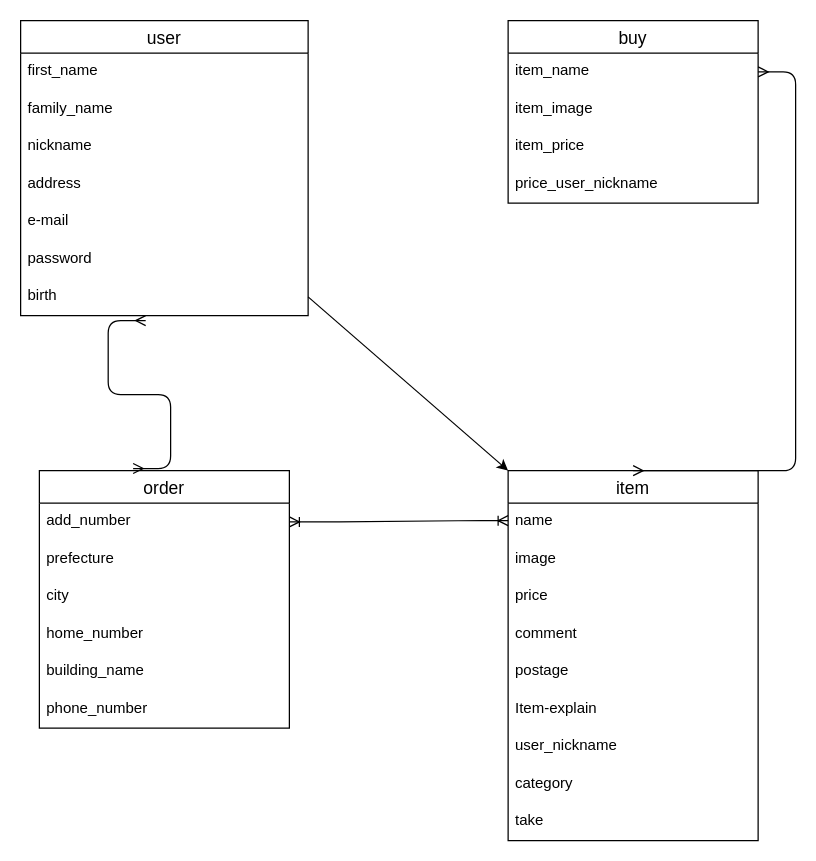
Before: table.dio in kosui3625/furima-40253, a draw.io diagram. Source tidied: cells renumbered, new cells numbered last; positions are measured from the earlier drawing's top-left corner, leaving out a move shared by most shapes. Both pictures are drawn from the tidied source at 125%, with x=0, y=0 at pixel (20, 20).
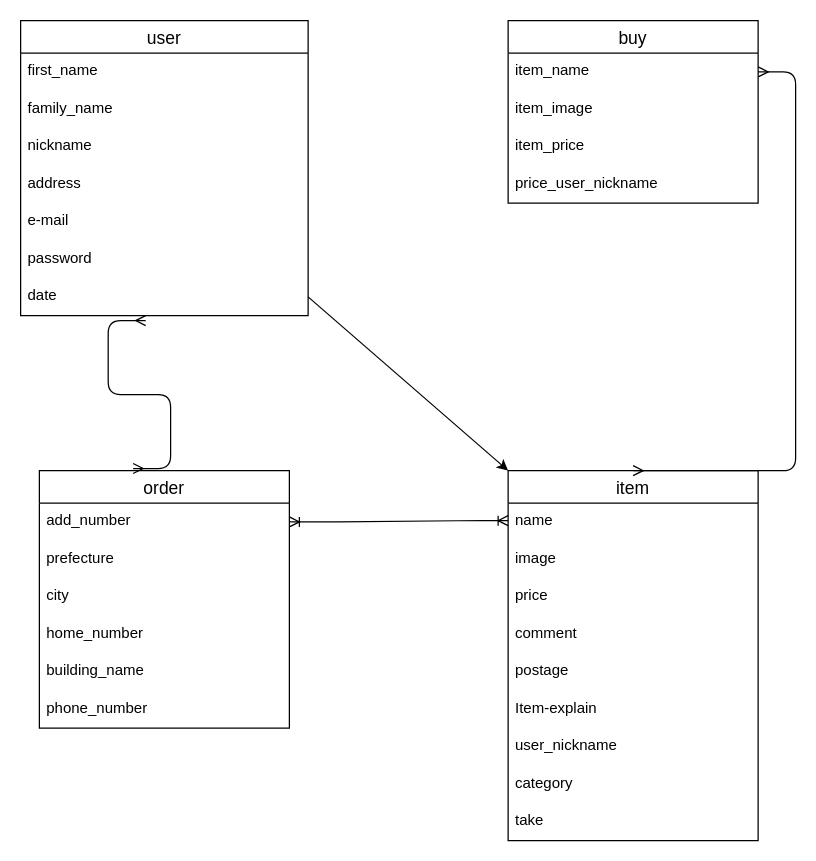
After the change.

Unchanged cells that the change refers to:
```xml
<mxCell id="2" value="user" style="swimlane;fontStyle=0;horizontal=1;startSize=26;align=center;fontSize=14;" parent="1" vertex="1">
  <mxGeometry width="230" height="236" as="geometry" />
</mxCell>
```

The edit, as a diff of the source:
```diff
@@
-    <mxCell id="9" value="birth" style="text;strokeColor=none;fillColor=none;spacingLeft=4;spacingRight=4;overflow=hidden;points=[[0,0.5],[1,0.5]];portConstraint=eastwest;fontSize=12;" parent="2" vertex="1">
+    <mxCell id="9" value="date" style="text;strokeColor=none;fillColor=none;spacingLeft=4;spacingRight=4;overflow=hidden;points=[[0,0.5],[1,0.5]];portConstraint=eastwest;fontSize=12;" parent="2" vertex="1">
       <mxGeometry y="206" width="230" height="30" as="geometry" />
     </mxCell>
```
